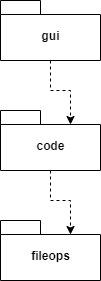
This is dokumentaatio/kuvat/sovellus.png from msha/ot-harjoitustyo, a draw.io export, as it was before one commit. Source tidied: cells renumbered, new cells last; positions are measured from the earlier drawing's top-left corner, leaving out a move shared by most shapes.
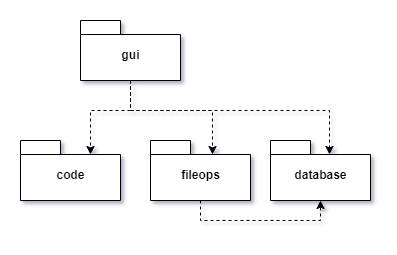
Later version of the same file.

The edit, as a diff of the source:
```diff
@@ -2,30 +2,29 @@
   <root>
     <mxCell id="0" />
     <mxCell id="1" parent="0" />
+    <mxCell id="7" style="edgeStyle=orthogonalEdgeStyle;rounded=0;jettySize=auto;html=1;exitX=0.5;exitY=1;exitDx=0;exitDy=0;exitPerimeter=0;entryX=0.62;entryY=0.233;entryDx=0;entryDy=0;entryPerimeter=0;dashed=1;" parent="1" edge="1" source="3" target="6">
+      <mxGeometry relative="1" as="geometry" />
+    </mxCell>
     <mxCell id="2" style="edgeStyle=orthogonalEdgeStyle;rounded=0;jettySize=auto;html=1;exitX=0.5;exitY=1;exitDx=0;exitDy=0;exitPerimeter=0;entryX=0;entryY=0;entryDx=70;entryDy=14;entryPerimeter=0;dashed=1;" parent="1" edge="1" source="3" target="5">
-      <mxGeometry relative="1" as="geometry">
-        <Array as="points">
-          <mxPoint x="50" y="90" />
-          <mxPoint x="70" y="90" />
-        </Array>
-      </mxGeometry>
+      <mxGeometry relative="1" as="geometry" />
     </mxCell>
+    <mxCell id="8" style="edgeStyle=orthogonalEdgeStyle;rounded=0;jettySize=auto;html=1;exitX=0.5;exitY=1;exitDx=0;exitDy=0;exitPerimeter=0;entryX=0.59;entryY=0.233;entryDx=0;entryDy=0;entryPerimeter=0;dashed=1;" parent="1" edge="1" source="3" target="10">
+      <mxGeometry relative="1" as="geometry" />
+    </mxCell>
     <mxCell id="3" value="gui&lt;br&gt;" style="shape=folder;fontStyle=1;spacingTop=10;tabWidth=40;tabHeight=14;tabPosition=left;html=1;" parent="1" vertex="1">
       <mxGeometry width="100" height="60" as="geometry" />
     </mxCell>
-    <mxCell id="4" style="edgeStyle=orthogonalEdgeStyle;rounded=0;jettySize=auto;html=1;exitX=0.5;exitY=1;exitDx=0;exitDy=0;exitPerimeter=0;entryX=0;entryY=0;entryDx=70;entryDy=14;entryPerimeter=0;dashed=1;" parent="1" edge="1" source="5" target="6">
-      <mxGeometry relative="1" as="geometry">
-        <Array as="points">
-          <mxPoint x="50" y="200" />
-          <mxPoint x="70" y="200" />
-        </Array>
-      </mxGeometry>
-    </mxCell>
     <mxCell id="5" value="code" style="shape=folder;fontStyle=1;spacingTop=10;tabWidth=40;tabHeight=14;tabPosition=left;html=1;" parent="1" vertex="1">
-      <mxGeometry y="110" width="100" height="60" as="geometry" />
+      <mxGeometry x="-60" y="120" width="100" height="60" as="geometry" />
     </mxCell>
+    <mxCell id="9" style="edgeStyle=orthogonalEdgeStyle;rounded=0;jettySize=auto;html=1;exitX=0.5;exitY=1;exitDx=0;exitDy=0;exitPerimeter=0;entryX=0.5;entryY=1;entryDx=0;entryDy=0;entryPerimeter=0;dashed=1;" parent="1" edge="1" source="6" target="10">
+      <mxGeometry relative="1" as="geometry" />
+    </mxCell>
     <mxCell id="6" value="fileops" style="shape=folder;fontStyle=1;spacingTop=10;tabWidth=40;tabHeight=14;tabPosition=left;html=1;" parent="1" vertex="1">
-      <mxGeometry y="220" width="100" height="60" as="geometry" />
+      <mxGeometry x="70" y="120" width="100" height="60" as="geometry" />
     </mxCell>
+    <mxCell id="10" value="database" style="shape=folder;fontStyle=1;spacingTop=10;tabWidth=40;tabHeight=14;tabPosition=left;html=1;" parent="1" vertex="1">
+      <mxGeometry x="190" y="120" width="100" height="60" as="geometry" />
+    </mxCell>
   </root>
 </mxGraphModel>
```
